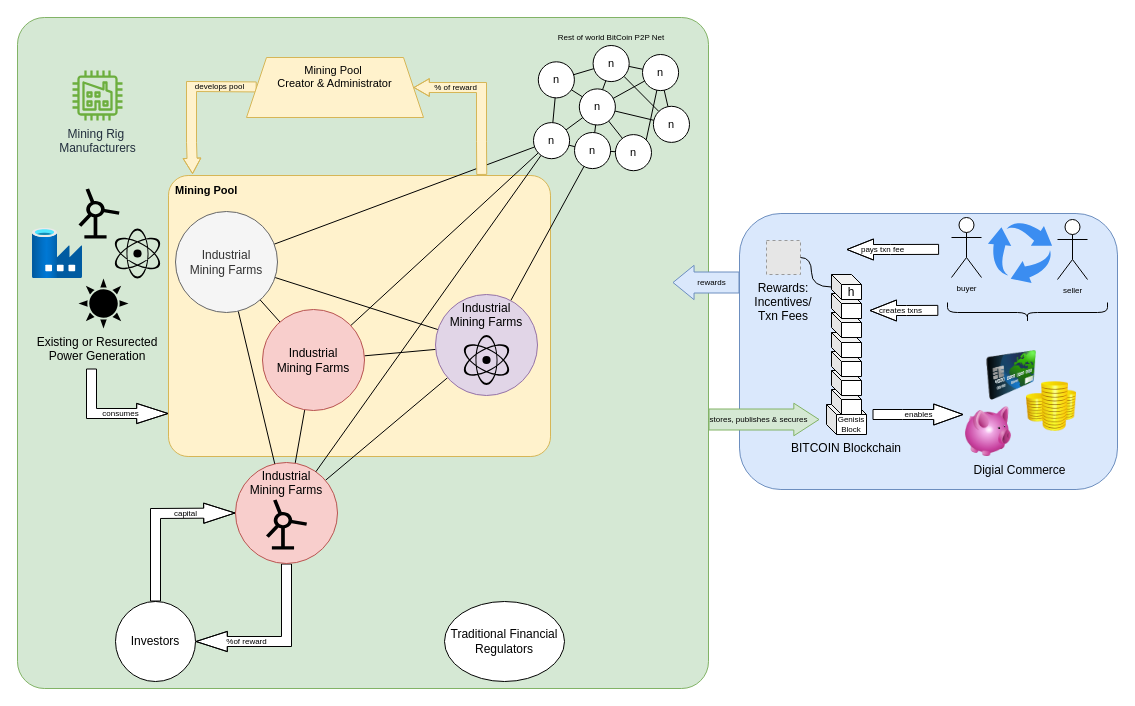
The draw.io diagram page "Stage 4 - Energy Integration" (4 of 5) of source/macro.drawio in abs2023/tdocs, before the edit. Source tidied: cells renumbered, new cells numbered last; positions are measured from the earlier drawing's top-left corner, leaving out a move shared by most shapes. Both pictures are drawn from the tidied source at 100%, with x=0, y=0 at pixel (17, 17). Pictures stored in the file or linked from it are replaced by grey dashed boxes.
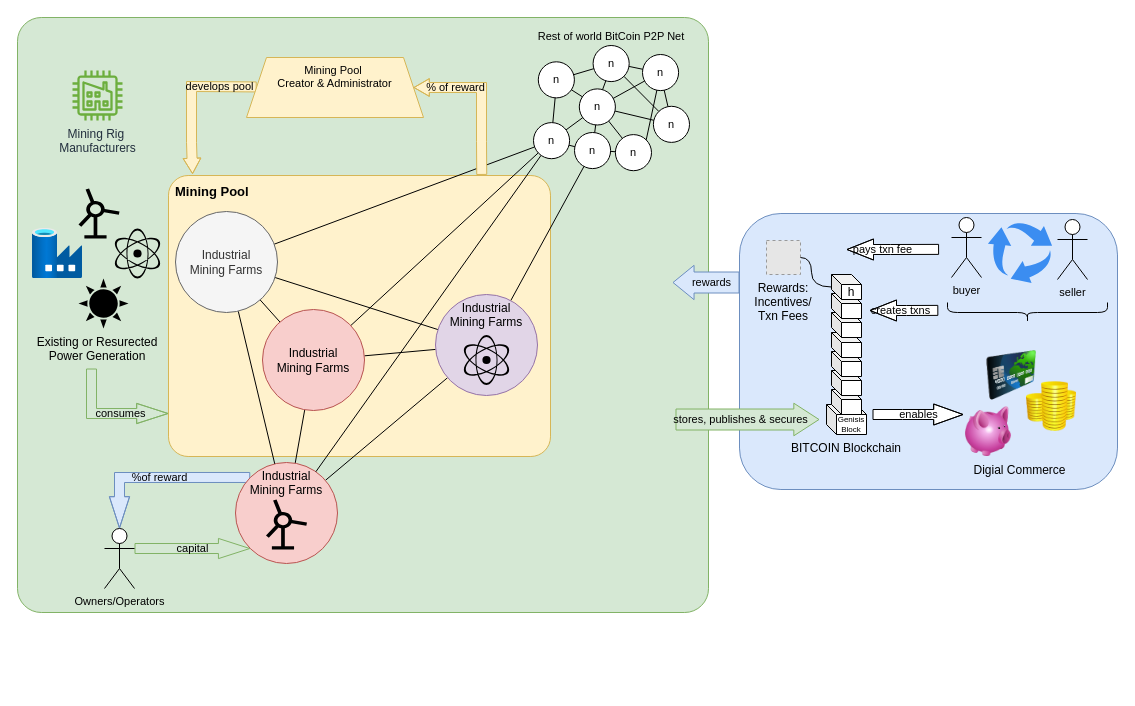
Above is the later version.

Unchanged cells that the change refers to:
```xml
<mxCell id="4" style="group;" parent="1" vertex="1">
  <mxGeometry x="640" y="196" width="460" height="276" as="geometry" />
</mxCell>
<mxCell id="5" style="rounded=1;whiteSpace=wrap;html=1;fontSize=14;align=center;verticalAlign=top;fillColor=#dae8fc;strokeColor=#6c8ebf;labelPosition=center;verticalLabelPosition=middle;" parent="4" vertex="1">
  <mxGeometry x="82" width="378" height="276" as="geometry" />
</mxCell>
<mxCell id="8" style="image;html=1;image=img/lib/clip_art/finance/Piggy_Bank_128x128.png;fontSize=8;align=center;verticalAlign=bottom;" parent="6" vertex="1">
  <mxGeometry y="56" width="50" height="50" as="geometry" />
</mxCell>
<mxCell id="44" value="n" style="ellipse;whiteSpace=wrap;html=1;fontSize=11;" parent="39" vertex="1">
  <mxGeometry y="77.1" width="36.1" height="36.1" as="geometry" />
</mxCell>
<mxCell id="61" value="n" style="ellipse;whiteSpace=wrap;html=1;fontSize=11;" parent="39" vertex="1">
  <mxGeometry x="41" y="87" width="36.1" height="36.1" as="geometry" />
</mxCell>
<mxCell id="69" value="Mining Pool&amp;nbsp;&lt;br&gt;Creator &amp;amp; Administrator" style="shape=trapezoid;perimeter=trapezoidPerimeter;whiteSpace=wrap;html=1;fixedSize=1;labelBackgroundColor=none;fontSize=11;align=center;verticalAlign=top;fillColor=#fff2cc;strokeColor=#d6b656;" parent="1" vertex="1">
  <mxGeometry x="229" y="40" width="177" height="60" as="geometry" />
</mxCell>
<mxCell id="76" value="Industrial&lt;br&gt;Mining Farms" style="ellipse;whiteSpace=wrap;html=1;fillColor=#f8cecc;strokeColor=#b85450;verticalAlign=top;" parent="1" vertex="1">
  <mxGeometry x="218" y="445" width="102" height="101" as="geometry" />
</mxCell>
<mxCell id="79" value="Industrial&lt;br&gt;Mining Farms" style="ellipse;whiteSpace=wrap;html=1;fillColor=#f8cecc;strokeColor=#b85450;" parent="1" vertex="1">
  <mxGeometry x="245" y="292" width="102" height="101" as="geometry" />
</mxCell>
<mxCell id="80" value="Industrial&lt;br&gt;Mining Farms" style="ellipse;whiteSpace=wrap;html=1;fillColor=#f5f5f5;strokeColor=#666666;fontColor=#333333;" parent="1" vertex="1">
  <mxGeometry x="158" y="194" width="102" height="101" as="geometry" />
</mxCell>
<mxCell id="81" value="Industrial&lt;br&gt;Mining Farms" style="ellipse;whiteSpace=wrap;html=1;fillColor=#e1d5e7;strokeColor=#9673a6;verticalAlign=top;" parent="1" vertex="1">
  <mxGeometry x="418" y="277" width="102" height="101" as="geometry" />
</mxCell>
```

Diff of the diagram source:
```diff
@@
     <mxCell id="2" style="rounded=1;whiteSpace=wrap;html=1;fontSize=14;align=center;verticalAlign=top;fillColor=#d5e8d4;strokeColor=#82b366;labelPosition=center;verticalLabelPosition=middle;arcSize=4;" parent="1" vertex="1">
-      <mxGeometry width="691" height="671" as="geometry" />
+      <mxGeometry width="691" height="595" as="geometry" />
     </mxCell>
-    <mxCell id="3" value="Investors" style="ellipse;whiteSpace=wrap;html=1;" parent="1" vertex="1">
-      <mxGeometry x="98" y="584" width="80" height="80" as="geometry" />
-    </mxCell>
@@
-    <mxCell id="21" value="enables" style="shape=flexArrow;endArrow=classic;html=1;rounded=0;fontSize=8;endWidth=10;endSize=9.441666666666666;labelBackgroundColor=none;fillColor=default;entryX=0;entryY=0.16;entryDx=0;entryDy=0;entryPerimeter=0;" parent="4" edge="1" target="8">
+    <mxCell id="21" value="enables" style="shape=flexArrow;endArrow=classic;html=1;rounded=0;fontSize=11;endWidth=10;endSize=9.441666666666666;labelBackgroundColor=none;entryX=0;entryY=0.16;entryDx=0;entryDy=0;entryPerimeter=0;fillColor=#FFFFFF;" parent="4" edge="1" target="8">
       <mxGeometry x="65" y="31" as="geometry">
         <mxPoint x="215" y="201" as="sourcePoint" />
         <Array as="points">
           <mxPoint x="245" y="201" />
         </Array>
       </mxGeometry>
     </mxCell>
-    <mxCell id="22" value="creates txns" style="shape=flexArrow;endArrow=classic;html=1;rounded=0;fontSize=8;endWidth=10;endSize=8.5;labelBackgroundColor=none;fillColor=default;exitX=0.526;exitY=0.351;exitDx=0;exitDy=0;exitPerimeter=0;" parent="4" edge="1" source="5">
+    <mxCell id="22" value="creates txns" style="shape=flexArrow;endArrow=classic;html=1;rounded=0;fontSize=11;endWidth=10;endSize=8.5;labelBackgroundColor=none;exitX=0.526;exitY=0.351;exitDx=0;exitDy=0;exitPerimeter=0;fillColor=#FFFFFF;" parent="4" edge="1" source="5">
       <mxGeometry x="-638" y="8" as="geometry">
         <mxPoint x="212" y="97" as="targetPoint" />
         <Array as="points">
           <mxPoint x="249" y="97" />
         </Array>
         <mxPoint x="-3" as="offset" />
       </mxGeometry>
     </mxCell>
-    <mxCell id="23" value="seller" style="shape=umlActor;verticalLabelPosition=bottom;verticalAlign=top;html=1;fontSize=8;" parent="4" vertex="1">
+    <mxCell id="23" value="seller" style="shape=umlActor;verticalLabelPosition=bottom;verticalAlign=top;html=1;fontSize=11;" parent="4" vertex="1">
       <mxGeometry x="400" y="6" width="30" height="60" as="geometry" />
     </mxCell>
-    <mxCell id="24" value="buyer" style="shape=umlActor;verticalLabelPosition=bottom;verticalAlign=top;html=1;fontSize=8;" parent="4" vertex="1">
+    <mxCell id="24" value="buyer" style="shape=umlActor;verticalLabelPosition=bottom;verticalAlign=top;html=1;fontSize=11;" parent="4" vertex="1">
       <mxGeometry x="294" y="4" width="30" height="60" as="geometry" />
     </mxCell>
-    <mxCell id="25" value="pays txn fee" style="shape=flexArrow;endArrow=classic;html=1;rounded=0;fontSize=8;endWidth=10;endSize=8.5;labelBackgroundColor=none;fillColor=default;exitX=0.528;exitY=0.13;exitDx=0;exitDy=0;exitPerimeter=0;" parent="4" edge="1" source="5">
+    <mxCell id="25" value="pays txn fee" style="shape=flexArrow;endArrow=classic;html=1;rounded=0;fontSize=11;endWidth=10;endSize=8.5;labelBackgroundColor=none;exitX=0.528;exitY=0.13;exitDx=0;exitDy=0;exitPerimeter=0;fillColor=#FFFFFF;" parent="4" edge="1" source="5">
       <mxGeometry x="-548" y="80" as="geometry">
         <mxPoint x="189" y="36" as="targetPoint" />
         <Array as="points">
           <mxPoint x="233" y="36" />
         </Array>
         <mxPoint x="-10" as="offset" />
       </mxGeometry>
     </mxCell>
@@
-    <mxCell id="28" value="&lt;b&gt;Mining Pool&lt;/b&gt;&amp;nbsp;" style="rounded=1;whiteSpace=wrap;html=1;labelBackgroundColor=none;fontSize=11;align=left;verticalAlign=top;fillColor=#fff2cc;strokeColor=#d6b656;spacingLeft=5;arcSize=7;spacingTop=2;" parent="1" vertex="1">
+    <mxCell id="28" value="&lt;b style=&quot;font-size: 13px;&quot;&gt;Mining Pool&lt;/b&gt;&amp;nbsp;" style="rounded=1;whiteSpace=wrap;html=1;labelBackgroundColor=none;fontSize=13;align=left;verticalAlign=top;fillColor=#fff2cc;strokeColor=#d6b656;spacingLeft=5;arcSize=7;spacingTop=2;" parent="1" vertex="1">
       <mxGeometry x="151" y="158" width="382" height="281" as="geometry" />
     </mxCell>
-    <mxCell id="29" value="stores, publishes &amp;amp; secures" style="shape=flexArrow;endArrow=classic;html=1;rounded=0;fontSize=8;endWidth=10.588235294117647;endSize=8.058823529411764;labelBackgroundColor=none;fillColor=#d5e8d4;strokeColor=#82b366;width=21;" parent="1" edge="1">
+    <mxCell id="29" value="stores, publishes &amp;amp; secures" style="shape=flexArrow;endArrow=classic;html=1;rounded=0;fontSize=11;endWidth=10.588235294117647;endSize=8.058823529411764;labelBackgroundColor=none;fillColor=#d5e8d4;strokeColor=#82b366;width=21;" parent="1" edge="1">
       <mxGeometry x="-0.1" relative="1" as="geometry">
-        <mxPoint x="691" y="402" as="sourcePoint" />
+        <mxPoint x="658" y="402" as="sourcePoint" />
         <mxPoint x="802" y="402" as="targetPoint" />
       </mxGeometry>
     </mxCell>
@@
-    <mxCell id="39" value="Rest of world BitCoin P2P Net" style="group;fontSize=8;labelPosition=center;verticalLabelPosition=top;align=center;verticalAlign=bottom;" parent="1" vertex="1">
+    <mxCell id="39" value="Rest of world BitCoin P2P Net" style="group;fontSize=11;labelPosition=center;verticalLabelPosition=top;align=center;verticalAlign=bottom;" parent="1" vertex="1">
       <mxGeometry x="516" y="28" width="156" height="140.9" as="geometry" />
     </mxCell>
@@
-    <mxCell id="63" style="edgeStyle=none;rounded=0;jettySize=auto;html=1;labelBackgroundColor=none;fontSize=11;endArrow=none;endFill=0;strokeColor=default;fillColor=default;gradientColor=none;" parent="1" edge="1" source="61" target="81">
+    <mxCell id="63" style="edgeStyle=none;rounded=0;jettySize=auto;html=1;labelBackgroundColor=none;fontSize=11;endArrow=none;endFill=0;fillColor=default;gradientColor=none;" parent="1" edge="1" source="61" target="81">
       <mxGeometry relative="1" as="geometry" />
     </mxCell>
-    <mxCell id="64" style="edgeStyle=none;rounded=0;jettySize=auto;html=1;labelBackgroundColor=none;fontSize=11;endArrow=none;endFill=0;strokeColor=default;fillColor=default;gradientColor=none;" parent="1" edge="1" source="80" target="44">
+    <mxCell id="64" style="edgeStyle=none;rounded=0;jettySize=auto;html=1;labelBackgroundColor=none;fontSize=11;endArrow=none;endFill=0;fillColor=default;gradientColor=none;" parent="1" edge="1" source="80" target="44">
       <mxGeometry relative="1" as="geometry" />
     </mxCell>
-    <mxCell id="65" style="edgeStyle=none;rounded=0;jettySize=auto;html=1;labelBackgroundColor=none;fontSize=11;endArrow=none;endFill=0;strokeColor=default;fillColor=default;gradientColor=none;" parent="1" edge="1" source="79" target="44">
+    <mxCell id="65" style="edgeStyle=none;rounded=0;jettySize=auto;html=1;labelBackgroundColor=none;fontSize=11;endArrow=none;endFill=0;fillColor=default;gradientColor=none;" parent="1" edge="1" source="79" target="44">
       <mxGeometry relative="1" as="geometry" />
     </mxCell>
-    <mxCell id="66" value="rewards" style="shape=flexArrow;endArrow=classic;html=1;rounded=0;fontSize=8;endWidth=12.352941176470589;endSize=6.682352941176471;labelBackgroundColor=none;fillColor=#dae8fc;strokeColor=#6c8ebf;exitX=0;exitY=0.25;exitDx=0;exitDy=0;width=21;" parent="1" edge="1" source="5">
+    <mxCell id="66" value="rewards" style="shape=flexArrow;endArrow=classic;html=1;rounded=0;fontSize=11;endWidth=12.352941176470589;endSize=6.682352941176471;labelBackgroundColor=none;fillColor=#dae8fc;strokeColor=#6c8ebf;exitX=0;exitY=0.25;exitDx=0;exitDy=0;width=21;" parent="1" edge="1" source="5">
       <mxGeometry x="-0.16" relative="1" as="geometry">
         <mxPoint x="655" y="265" as="targetPoint" />
       </mxGeometry>
     </mxCell>
-    <mxCell id="67" value="consumes" style="shape=flexArrow;endArrow=classic;html=1;rounded=0;fontSize=8;endWidth=9.166666666666668;endSize=10.108333333333334;labelBackgroundColor=none;fillColor=#FFFFFF;" parent="1" edge="1">
+    <mxCell id="67" value="consumes" style="shape=flexArrow;endArrow=classic;html=1;rounded=0;fontSize=11;endWidth=9.166666666666668;endSize=10.108333333333334;labelBackgroundColor=none;fillColor=#d5e8d4;strokeColor=#82b366;" parent="1" edge="1">
       <mxGeometry x="0.22" relative="1" as="geometry">
         <mxPoint x="74" y="351" as="sourcePoint" />
         <mxPoint x="151" y="396" as="targetPoint" />
         <Array as="points">
           <mxPoint x="74" y="396" />
         </Array>
       </mxGeometry>
     </mxCell>
-    <mxCell id="68" value="develops pool" style="shape=flexArrow;endArrow=classic;html=1;rounded=0;fontSize=8;endWidth=6.666666666666666;endSize=4.772222222222222;labelBackgroundColor=none;fillColor=#fff2cc;entryX=0.063;entryY=-0.005;entryDx=0;entryDy=0;entryPerimeter=0;strokeColor=#d6b656;" parent="1" edge="1" source="69" target="28">
+    <mxCell id="68" value="develops pool" style="shape=flexArrow;endArrow=classic;html=1;rounded=0;fontSize=11;endWidth=6.666666666666666;endSize=4.772222222222222;labelBackgroundColor=none;fillColor=#fff2cc;entryX=0.063;entryY=-0.005;entryDx=0;entryDy=0;entryPerimeter=0;strokeColor=#d6b656;" parent="1" edge="1" source="69" target="28">
       <mxGeometry x="-0.51" relative="1" as="geometry">
         <Array as="points">
           <mxPoint x="174" y="69" />
           <mxPoint x="174" y="125" />
         </Array>
       </mxGeometry>
     </mxCell>
@@
-    <mxCell id="70" value="% of reward" style="shape=flexArrow;endArrow=classic;html=1;rounded=0;fontSize=8;endWidth=6.666666666666666;endSize=4.772222222222222;labelBackgroundColor=none;fillColor=#fff2cc;entryX=1;entryY=0.5;entryDx=0;entryDy=0;exitX=0.82;exitY=-0.002;exitDx=0;exitDy=0;exitPerimeter=0;strokeColor=#d6b656;" parent="1" edge="1" source="28" target="69">
+    <mxCell id="70" value="% of reward" style="shape=flexArrow;endArrow=classic;html=1;rounded=0;fontSize=11;endWidth=6.666666666666666;endSize=4.772222222222222;labelBackgroundColor=none;fillColor=#fff2cc;entryX=1;entryY=0.5;entryDx=0;entryDy=0;exitX=0.82;exitY=-0.002;exitDx=0;exitDy=0;exitPerimeter=0;strokeColor=#d6b656;" parent="1" edge="1" source="28" target="69">
       <mxGeometry x="0.46" relative="1" as="geometry">
         <Array as="points">
           <mxPoint x="464" y="124" />
           <mxPoint x="464" y="70" />
         </Array>
       </mxGeometry>
     </mxCell>
-    <mxCell id="71" value="capital" style="shape=flexArrow;endArrow=classic;html=1;rounded=0;fontSize=8;endWidth=9.166666666666668;endSize=10.108333333333334;labelBackgroundColor=none;fillColor=#FFFFFF;entryX=0;entryY=0.5;entryDx=0;entryDy=0;exitX=0.5;exitY=0;exitDx=0;exitDy=0;" parent="1" edge="1" source="3" target="76">
-      <mxGeometry x="0.4" relative="1" as="geometry">
-        <Array as="points">
-          <mxPoint x="138" y="496" />
-        </Array>
-      </mxGeometry>
+    <mxCell id="71" value="capital" style="shape=flexArrow;endArrow=classic;html=1;rounded=0;fontSize=11;endWidth=9.166666666666668;endSize=10.108333333333334;labelBackgroundColor=none;fillColor=#d5e8d4;entryX=0;entryY=1;entryDx=0;entryDy=0;exitX=1;exitY=0.3333333333333333;exitDx=0;exitDy=0;strokeColor=#82b366;exitPerimeter=0;" parent="1" edge="1" source="84" target="76">
+      <mxGeometry relative="1" as="geometry" />
     </mxCell>
-    <mxCell id="72" value="%of reward" style="shape=flexArrow;endArrow=classic;html=1;rounded=0;fontSize=8;endWidth=9.166666666666668;endSize=10.108333333333334;labelBackgroundColor=none;fillColor=#FFFFFF;entryX=1;entryY=0.5;entryDx=0;entryDy=0;exitX=0.5;exitY=1;exitDx=0;exitDy=0;" parent="1" edge="1" source="76" target="3">
-      <mxGeometry x="0.4" relative="1" as="geometry">
+    <mxCell id="72" value="%of reward" style="shape=flexArrow;endArrow=classic;html=1;rounded=0;fontSize=11;endWidth=9.166666666666668;endSize=10.108333333333334;labelBackgroundColor=none;fillColor=#dae8fc;entryX=0.5;entryY=0;entryDx=0;entryDy=0;exitX=0;exitY=0;exitDx=0;exitDy=0;strokeColor=#6c8ebf;entryPerimeter=0;" parent="1" edge="1" source="76" target="84">
+      <mxGeometry relative="1" as="geometry">
         <Array as="points">
-          <mxPoint x="269" y="624" />
+          <mxPoint x="102" y="460" />
         </Array>
       </mxGeometry>
     </mxCell>
-    <mxCell id="73" value="Traditional Financial&lt;br&gt;Regulators" style="ellipse;whiteSpace=wrap;html=1;" parent="1" vertex="1">
-      <mxGeometry x="427" y="584" width="120" height="80" as="geometry" />
-    </mxCell>
-    <mxCell id="74" style="edgeStyle=none;rounded=0;jettySize=auto;html=1;labelBackgroundColor=none;fontSize=11;endArrow=none;endFill=0;strokeColor=default;fillColor=#FFFFFF;gradientColor=none;" parent="1" edge="1" source="76" target="79">
+    <mxCell id="74" style="edgeStyle=none;rounded=0;jettySize=auto;html=1;labelBackgroundColor=none;fontSize=11;endArrow=none;endFill=0;fillColor=#FFFFFF;gradientColor=none;" parent="1" edge="1" source="76" target="79">
       <mxGeometry relative="1" as="geometry" />
     </mxCell>
@@
-    <mxCell id="77" style="edgeStyle=none;rounded=0;jettySize=auto;html=1;labelBackgroundColor=none;fontSize=11;endArrow=none;endFill=0;strokeColor=default;fillColor=#FFFFFF;gradientColor=none;" parent="1" edge="1" source="76" target="44">
+    <mxCell id="77" style="edgeStyle=none;rounded=0;jettySize=auto;html=1;labelBackgroundColor=none;fontSize=11;endArrow=none;endFill=0;fillColor=#FFFFFF;gradientColor=none;" parent="1" edge="1" source="76" target="44">
       <mxGeometry relative="1" as="geometry" />
     </mxCell>
@@
+    <mxCell id="84" value="Owners/Operators" style="shape=umlActor;verticalLabelPosition=bottom;verticalAlign=top;html=1;outlineConnect=0;fontSize=11;" parent="1" vertex="1">
+      <mxGeometry x="87" y="511" width="30" height="60" as="geometry" />
+    </mxCell>
```
